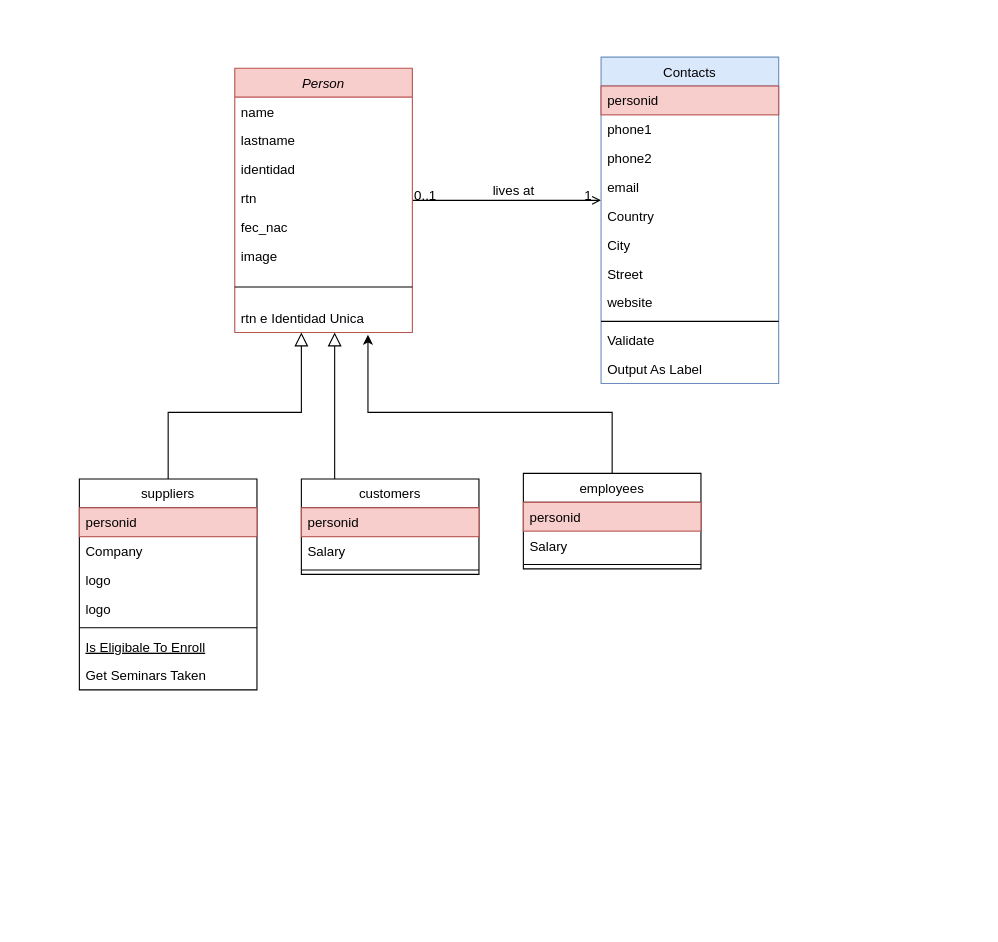
The draw.io diagram config/Untitled Diagram.drawio in ingricardotoro/backendPosweb, before the edit. Source tidied: cells renumbered, new cells numbered last; positions are measured from the earlier drawing's top-left corner, leaving out a move shared by most shapes. Both pictures are drawn from the tidied source at 111%, with x=0, y=0 at pixel (79, 57).
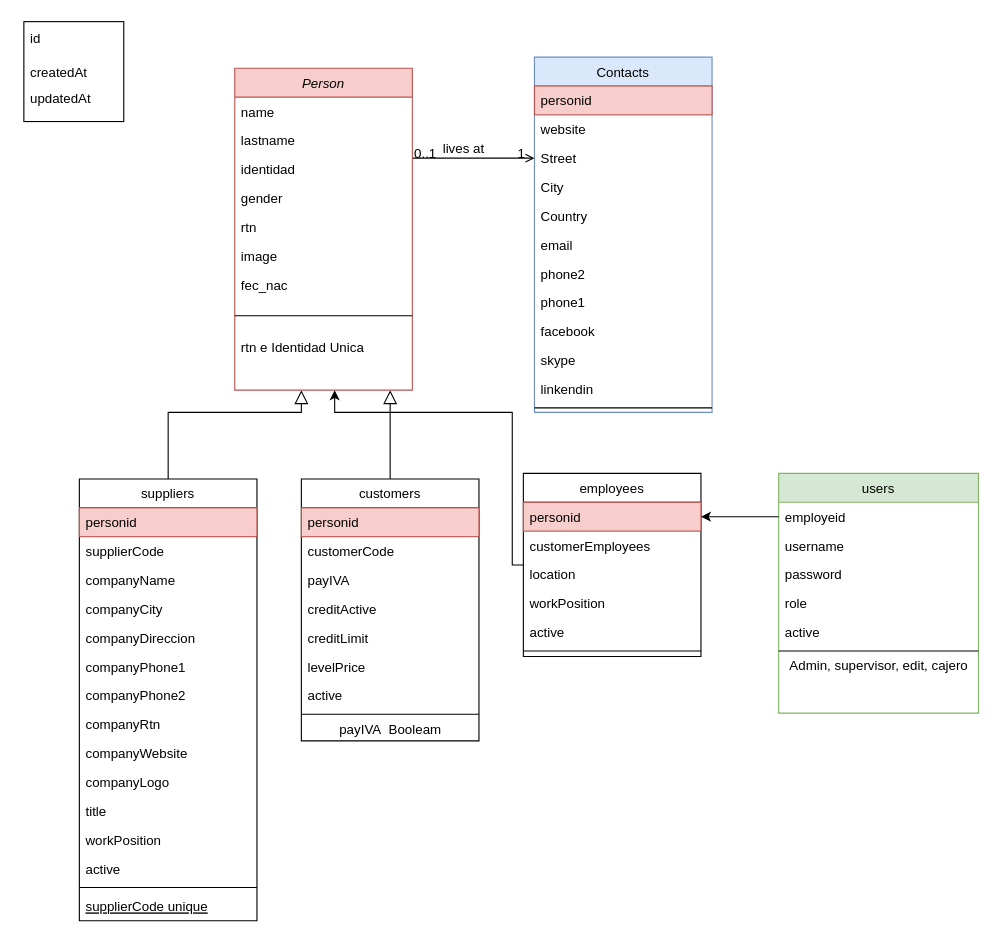
After the change.

Unchanged cells that the change refers to:
```xml
<mxCell id="43" value="personid" style="text;align=left;verticalAlign=top;spacingLeft=4;spacingRight=4;overflow=hidden;points=[[0,0.5],[1,0.5]];portConstraint=eastwest;rounded=0;shadow=0;html=0;fillColor=#f8cecc;strokeColor=#b85450;" parent="42" vertex="1">
  <mxGeometry y="26" width="160" height="26" as="geometry" />
</mxCell>
```

What changed in the source:
```diff
@@
-    <mxCell id="4" style="endArrow=open;shadow=0;strokeWidth=1;rounded=0;endFill=1;edgeStyle=elbowEdgeStyle;elbow=vertical;" parent="1" edge="1" source="20" target="8">
+    <mxCell id="4" style="endArrow=open;shadow=0;strokeWidth=1;rounded=0;endFill=1;edgeStyle=elbowEdgeStyle;elbow=vertical;entryX=0;entryY=0.5;entryDx=0;entryDy=0;" parent="1" edge="1" source="20" target="15">
       <mxGeometry x="0.5" y="41" relative="1" as="geometry">
         <mxPoint x="-40" y="32" as="offset" />
       </mxGeometry>
     </mxCell>
@@
     <mxCell id="8" value="Contacts" style="swimlane;fontStyle=0;align=center;verticalAlign=top;horizontal=1;startSize=26;rounded=0;shadow=0;strokeWidth=1;fillColor=#dae8fc;strokeColor=#6c8ebf;" parent="1" vertex="1">
-      <mxGeometry x="470" width="160" height="294" as="geometry" />
+      <mxGeometry x="410" width="160" height="320" as="geometry" />
     </mxCell>
@@
+    <mxCell id="16" value="website" style="text;align=left;verticalAlign=top;spacingLeft=4;spacingRight=4;overflow=hidden;" parent="8" vertex="1">
+      <mxGeometry y="52" width="160" height="26" as="geometry" />
+    </mxCell>
+    <mxCell id="15" value="Street" style="text;align=left;verticalAlign=top;spacingLeft=4;spacingRight=4;overflow=hidden;points=[[0,0.5],[1,0.5]];portConstraint=eastwest;" parent="8" vertex="1">
+      <mxGeometry y="78" width="160" height="26" as="geometry" />
+    </mxCell>
+    <mxCell id="14" value="City" style="text;align=left;verticalAlign=top;spacingLeft=4;spacingRight=4;overflow=hidden;rounded=0;shadow=0;html=0;" parent="8" vertex="1">
+      <mxGeometry y="104" width="160" height="26" as="geometry" />
+    </mxCell>
+    <mxCell id="13" value="Country" style="text;align=left;verticalAlign=top;spacingLeft=4;spacingRight=4;overflow=hidden;rounded=0;shadow=0;html=0;" parent="8" vertex="1">
+      <mxGeometry y="130" width="160" height="26" as="geometry" />
+    </mxCell>
+    <mxCell id="12" value="email" style="text;align=left;verticalAlign=top;spacingLeft=4;spacingRight=4;overflow=hidden;rounded=0;shadow=0;html=0;" parent="8" vertex="1">
+      <mxGeometry y="156" width="160" height="26" as="geometry" />
+    </mxCell>
+    <mxCell id="11" value="phone2" style="text;align=left;verticalAlign=top;spacingLeft=4;spacingRight=4;overflow=hidden;rounded=0;shadow=0;html=0;" parent="8" vertex="1">
+      <mxGeometry y="182" width="160" height="26" as="geometry" />
+    </mxCell>
+    <mxCell id="46" value="phone1" style="text;align=left;verticalAlign=top;spacingLeft=4;spacingRight=4;overflow=hidden;rounded=0;shadow=0;html=0;" parent="8" vertex="1">
+      <mxGeometry y="208" width="160" height="26" as="geometry" />
+    </mxCell>
-    <mxCell id="10" value="phone1" style="text;align=left;verticalAlign=top;spacingLeft=4;spacingRight=4;overflow=hidden;rounded=0;shadow=0;html=0;" parent="8" vertex="1">
-      <mxGeometry y="52" width="160" height="26" as="geometry" />
+    <mxCell id="10" value="facebook" style="text;align=left;verticalAlign=top;spacingLeft=4;spacingRight=4;overflow=hidden;rounded=0;shadow=0;html=0;" parent="8" vertex="1">
+      <mxGeometry y="234" width="160" height="26" as="geometry" />
     </mxCell>
-    <mxCell id="11" value="phone2" style="text;align=left;verticalAlign=top;spacingLeft=4;spacingRight=4;overflow=hidden;rounded=0;shadow=0;html=0;" parent="8" vertex="1">
-      <mxGeometry y="78" width="160" height="26" as="geometry" />
-    </mxCell>
-    <mxCell id="12" value="email" style="text;align=left;verticalAlign=top;spacingLeft=4;spacingRight=4;overflow=hidden;rounded=0;shadow=0;html=0;" parent="8" vertex="1">
-      <mxGeometry y="104" width="160" height="26" as="geometry" />
-    </mxCell>
-    <mxCell id="13" value="Country" style="text;align=left;verticalAlign=top;spacingLeft=4;spacingRight=4;overflow=hidden;rounded=0;shadow=0;html=0;" parent="8" vertex="1">
-      <mxGeometry y="130" width="160" height="26" as="geometry" />
-    </mxCell>
-    <mxCell id="14" value="City" style="text;align=left;verticalAlign=top;spacingLeft=4;spacingRight=4;overflow=hidden;rounded=0;shadow=0;html=0;" parent="8" vertex="1">
-      <mxGeometry y="156" width="160" height="26" as="geometry" />
-    </mxCell>
-    <mxCell id="15" value="Street" style="text;align=left;verticalAlign=top;spacingLeft=4;spacingRight=4;overflow=hidden;points=[[0,0.5],[1,0.5]];portConstraint=eastwest;" parent="8" vertex="1">
-      <mxGeometry y="182" width="160" height="26" as="geometry" />
-    </mxCell>
-    <mxCell id="16" value="website" style="text;align=left;verticalAlign=top;spacingLeft=4;spacingRight=4;overflow=hidden;" parent="8" vertex="1">
-      <mxGeometry y="208" width="160" height="26" as="geometry" />
-    </mxCell>
+    <mxCell id="47" value="skype" style="text;align=left;verticalAlign=top;spacingLeft=4;spacingRight=4;overflow=hidden;rounded=0;shadow=0;html=0;" parent="8" vertex="1">
+      <mxGeometry y="260" width="160" height="26" as="geometry" />
+    </mxCell>
+    <mxCell id="48" value="linkendin" style="text;align=left;verticalAlign=top;spacingLeft=4;spacingRight=4;overflow=hidden;rounded=0;shadow=0;html=0;" parent="8" vertex="1">
+      <mxGeometry y="286" width="160" height="26" as="geometry" />
+    </mxCell>
     <mxCell id="17" style="line;html=1;strokeWidth=1;align=left;verticalAlign=middle;spacingTop=-1;spacingLeft=3;spacingRight=3;labelPosition=right;" parent="8" vertex="1">
-      <mxGeometry y="234" width="160" height="8" as="geometry" />
+      <mxGeometry y="312" width="160" height="8" as="geometry" />
     </mxCell>
-    <mxCell id="18" value="Validate" style="text;align=left;verticalAlign=top;spacingLeft=4;spacingRight=4;overflow=hidden;" parent="8" vertex="1">
-      <mxGeometry y="242" width="160" height="26" as="geometry" />
-    </mxCell>
-    <mxCell id="19" value="Output As Label" style="text;align=left;verticalAlign=top;spacingLeft=4;spacingRight=4;overflow=hidden;" parent="8" vertex="1">
-      <mxGeometry y="268" width="160" height="26" as="geometry" />
-    </mxCell>
+    <mxCell id="49" value="id" style="text;align=left;verticalAlign=top;spacingLeft=4;spacingRight=4;overflow=hidden;shadow=1;" parent="1" vertex="1">
+      <mxGeometry x="-50" y="-30" width="160" height="26" as="geometry" />
+    </mxCell>
+    <mxCell id="50" value="createdAt" style="text;align=left;verticalAlign=top;spacingLeft=4;spacingRight=4;overflow=hidden;" parent="1" vertex="1">
+      <mxGeometry x="-50" width="160" height="26" as="geometry" />
+    </mxCell>
+    <mxCell id="51" value="updatedAt" style="text;align=left;verticalAlign=top;spacingLeft=4;spacingRight=4;overflow=hidden;" parent="1" vertex="1">
+      <mxGeometry x="-50" y="24" width="160" height="26" as="geometry" />
+    </mxCell>
+    <mxCell id="52" style="whiteSpace=wrap;html=1;fillColor=none;" parent="1" vertex="1">
+      <mxGeometry x="-50" y="-32" width="90" height="90" as="geometry" />
+    </mxCell>
     <mxCell id="20" value="Person" style="swimlane;fontStyle=2;align=center;verticalAlign=top;horizontal=1;startSize=26;rounded=0;shadow=0;strokeWidth=1;fillColor=#f8cecc;strokeColor=#b85450;" parent="1" vertex="1">
-      <mxGeometry x="140" y="10" width="160" height="238" as="geometry" />
+      <mxGeometry x="140" y="10" width="160" height="290" as="geometry" />
     </mxCell>
@@
+    <mxCell id="53" value="gender" style="text;align=left;verticalAlign=top;spacingLeft=4;spacingRight=4;overflow=hidden;rounded=0;shadow=0;html=0;" parent="20" vertex="1">
+      <mxGeometry y="104" width="160" height="26" as="geometry" />
+    </mxCell>
     <mxCell id="24" value="rtn" style="text;align=left;verticalAlign=top;spacingLeft=4;spacingRight=4;overflow=hidden;rounded=0;shadow=0;html=0;" parent="20" vertex="1">
-      <mxGeometry y="104" width="160" height="26" as="geometry" />
+      <mxGeometry y="130" width="160" height="26" as="geometry" />
     </mxCell>
+    <mxCell id="26" value="image" style="text;align=left;verticalAlign=top;spacingLeft=4;spacingRight=4;overflow=hidden;rounded=0;shadow=0;html=0;" parent="20" vertex="1">
+      <mxGeometry y="156" width="160" height="26" as="geometry" />
+    </mxCell>
     <mxCell id="25" value="fec_nac" style="text;align=left;verticalAlign=top;spacingLeft=4;spacingRight=4;overflow=hidden;rounded=0;shadow=0;html=0;" parent="20" vertex="1">
-      <mxGeometry y="130" width="160" height="26" as="geometry" />
+      <mxGeometry y="182" width="160" height="26" as="geometry" />
     </mxCell>
-    <mxCell id="26" value="image" style="text;align=left;verticalAlign=top;spacingLeft=4;spacingRight=4;overflow=hidden;rounded=0;shadow=0;html=0;" parent="20" vertex="1">
-      <mxGeometry y="156" width="160" height="26" as="geometry" />
-    </mxCell>
     <mxCell id="27" style="line;html=1;strokeWidth=1;align=left;verticalAlign=middle;spacingTop=-1;spacingLeft=3;spacingRight=3;labelPosition=right;" parent="20" vertex="1">
-      <mxGeometry y="182" width="160" height="30" as="geometry" />
+      <mxGeometry y="208" width="160" height="30" as="geometry" />
     </mxCell>
     <mxCell id="28" value="rtn e Identidad Unica&#10;" style="text;align=left;verticalAlign=top;spacingLeft=4;spacingRight=4;overflow=hidden;" parent="20" vertex="1">
-      <mxGeometry y="212" width="160" height="26" as="geometry" />
+      <mxGeometry y="238" width="160" height="26" as="geometry" />
     </mxCell>
     <mxCell id="29" value="suppliers" style="swimlane;fontStyle=0;align=center;verticalAlign=top;horizontal=1;startSize=26;rounded=0;shadow=0;strokeWidth=1;" parent="1" vertex="1">
-      <mxGeometry y="380" width="160" height="190" as="geometry" />
+      <mxGeometry y="380" width="160" height="398" as="geometry" />
     </mxCell>
@@
+    <mxCell id="54" value="supplierCode" style="text;align=left;verticalAlign=top;spacingLeft=4;spacingRight=4;overflow=hidden;rounded=0;shadow=0;html=0;" parent="29" vertex="1">
+      <mxGeometry y="52" width="160" height="26" as="geometry" />
+    </mxCell>
-    <mxCell id="31" value="Company" style="text;align=left;verticalAlign=top;spacingLeft=4;spacingRight=4;overflow=hidden;" parent="29" vertex="1">
-      <mxGeometry y="52" width="160" height="26" as="geometry" />
+    <mxCell id="31" value="companyName" style="text;align=left;verticalAlign=top;spacingLeft=4;spacingRight=4;overflow=hidden;" parent="29" vertex="1">
+      <mxGeometry y="78" width="160" height="26" as="geometry" />
     </mxCell>
+    <mxCell id="55" value="companyCity" style="text;align=left;verticalAlign=top;spacingLeft=4;spacingRight=4;overflow=hidden;" parent="29" vertex="1">
+      <mxGeometry y="104" width="160" height="26" as="geometry" />
+    </mxCell>
+    <mxCell id="56" value="companyDireccion" style="text;align=left;verticalAlign=top;spacingLeft=4;spacingRight=4;overflow=hidden;" parent="29" vertex="1">
+      <mxGeometry y="130" width="160" height="26" as="geometry" />
+    </mxCell>
+    <mxCell id="57" value="companyPhone1" style="text;align=left;verticalAlign=top;spacingLeft=4;spacingRight=4;overflow=hidden;" parent="29" vertex="1">
+      <mxGeometry y="156" width="160" height="26" as="geometry" />
+    </mxCell>
+    <mxCell id="58" value="companyPhone2" style="text;align=left;verticalAlign=top;spacingLeft=4;spacingRight=4;overflow=hidden;" parent="29" vertex="1">
+      <mxGeometry y="182" width="160" height="26" as="geometry" />
+    </mxCell>
+    <mxCell id="59" value="companyRtn" style="text;align=left;verticalAlign=top;spacingLeft=4;spacingRight=4;overflow=hidden;" parent="29" vertex="1">
+      <mxGeometry y="208" width="160" height="26" as="geometry" />
+    </mxCell>
+    <mxCell id="60" value="companyWebsite" style="text;align=left;verticalAlign=top;spacingLeft=4;spacingRight=4;overflow=hidden;" parent="29" vertex="1">
+      <mxGeometry y="234" width="160" height="26" as="geometry" />
+    </mxCell>
-    <mxCell id="32" value="logo" style="text;align=left;verticalAlign=top;spacingLeft=4;spacingRight=4;overflow=hidden;rounded=0;shadow=0;html=0;" parent="29" vertex="1">
-      <mxGeometry y="78" width="160" height="26" as="geometry" />
+    <mxCell id="32" value="companyLogo" style="text;align=left;verticalAlign=top;spacingLeft=4;spacingRight=4;overflow=hidden;rounded=0;shadow=0;html=0;" parent="29" vertex="1">
+      <mxGeometry y="260" width="160" height="26" as="geometry" />
     </mxCell>
-    <mxCell id="33" value="logo" style="text;align=left;verticalAlign=top;spacingLeft=4;spacingRight=4;overflow=hidden;rounded=0;shadow=0;html=0;" parent="29" vertex="1">
-      <mxGeometry y="104" width="160" height="26" as="geometry" />
+    <mxCell id="33" value="title" style="text;align=left;verticalAlign=top;spacingLeft=4;spacingRight=4;overflow=hidden;rounded=0;shadow=0;html=0;" parent="29" vertex="1">
+      <mxGeometry y="286" width="160" height="26" as="geometry" />
     </mxCell>
+    <mxCell id="61" value="workPosition" style="text;align=left;verticalAlign=top;spacingLeft=4;spacingRight=4;overflow=hidden;rounded=0;shadow=0;html=0;" parent="29" vertex="1">
+      <mxGeometry y="312" width="160" height="26" as="geometry" />
+    </mxCell>
+    <mxCell id="62" value="active" style="text;align=left;verticalAlign=top;spacingLeft=4;spacingRight=4;overflow=hidden;rounded=0;shadow=0;html=0;" parent="29" vertex="1">
+      <mxGeometry y="338" width="160" height="26" as="geometry" />
+    </mxCell>
     <mxCell id="34" style="line;html=1;strokeWidth=1;align=left;verticalAlign=middle;spacingTop=-1;spacingLeft=3;spacingRight=3;labelPosition=right;" parent="29" vertex="1">
-      <mxGeometry y="130" width="160" height="8" as="geometry" />
+      <mxGeometry y="364" width="160" height="8" as="geometry" />
     </mxCell>
-    <mxCell id="35" value="Is Eligibale To Enroll" style="text;align=left;verticalAlign=top;spacingLeft=4;spacingRight=4;overflow=hidden;fontStyle=4;" parent="29" vertex="1">
-      <mxGeometry y="138" width="160" height="26" as="geometry" />
+    <mxCell id="35" value="supplierCode unique" style="text;align=left;verticalAlign=top;spacingLeft=4;spacingRight=4;overflow=hidden;fontStyle=4;" parent="29" vertex="1">
+      <mxGeometry y="372" width="160" height="26" as="geometry" />
     </mxCell>
-    <mxCell id="36" value="Get Seminars Taken" style="text;align=left;verticalAlign=top;spacingLeft=4;spacingRight=4;overflow=hidden;" parent="29" vertex="1">
-      <mxGeometry y="164" width="160" height="26" as="geometry" />
-    </mxCell>
     <mxCell id="37" value="customers" style="swimlane;fontStyle=0;align=center;verticalAlign=top;horizontal=1;startSize=26;rounded=0;shadow=0;strokeWidth=1;" parent="1" vertex="1">
-      <mxGeometry x="200" y="380" width="160" height="86" as="geometry" />
+      <mxGeometry x="200" y="380" width="160" height="236" as="geometry" />
     </mxCell>
@@
-    <mxCell id="39" value="Salary" style="text;align=left;verticalAlign=top;spacingLeft=4;spacingRight=4;overflow=hidden;" parent="37" vertex="1">
+    <mxCell id="39" value="customerCode" style="text;align=left;verticalAlign=top;spacingLeft=4;spacingRight=4;overflow=hidden;" parent="37" vertex="1">
       <mxGeometry y="52" width="160" height="26" as="geometry" />
     </mxCell>
+    <mxCell id="63" value="payIVA" style="text;align=left;verticalAlign=top;spacingLeft=4;spacingRight=4;overflow=hidden;" parent="37" vertex="1">
+      <mxGeometry y="78" width="160" height="26" as="geometry" />
+    </mxCell>
+    <mxCell id="64" value="creditActive" style="text;align=left;verticalAlign=top;spacingLeft=4;spacingRight=4;overflow=hidden;" parent="37" vertex="1">
+      <mxGeometry y="104" width="160" height="26" as="geometry" />
+    </mxCell>
+    <mxCell id="65" value="creditLimit" style="text;align=left;verticalAlign=top;spacingLeft=4;spacingRight=4;overflow=hidden;" parent="37" vertex="1">
+      <mxGeometry y="130" width="160" height="26" as="geometry" />
+    </mxCell>
+    <mxCell id="66" value="levelPrice" style="text;align=left;verticalAlign=top;spacingLeft=4;spacingRight=4;overflow=hidden;" parent="37" vertex="1">
+      <mxGeometry y="156" width="160" height="26" as="geometry" />
+    </mxCell>
+    <mxCell id="67" value="active" style="text;align=left;verticalAlign=top;spacingLeft=4;spacingRight=4;overflow=hidden;rounded=0;shadow=0;html=0;" parent="37" vertex="1">
+      <mxGeometry y="182" width="160" height="26" as="geometry" />
+    </mxCell>
     <mxCell id="40" style="line;html=1;strokeWidth=1;align=left;verticalAlign=middle;spacingTop=-1;spacingLeft=3;spacingRight=3;labelPosition=right;" parent="37" vertex="1">
-      <mxGeometry y="78" width="160" height="8" as="geometry" />
+      <mxGeometry y="208" width="160" height="8" as="geometry" />
     </mxCell>
-    <mxCell id="41" style="edgeStyle=orthogonalEdgeStyle;rounded=0;jettySize=auto;html=1;" parent="1" edge="1" source="42">
-      <mxGeometry relative="1" as="geometry">
-        <mxPoint x="260" y="250" as="targetPoint" />
-        <Array as="points">
-          <mxPoint x="480" y="320" />
-          <mxPoint x="260" y="320" />
-        </Array>
-      </mxGeometry>
-    </mxCell>
+    <mxCell id="68" value="payIVA&amp;nbsp; Booleam" style="text;html=1;align=center;verticalAlign=middle;" parent="37" vertex="1">
+      <mxGeometry y="216" width="160" height="20" as="geometry" />
+    </mxCell>
     <mxCell id="42" value="employees" style="swimlane;fontStyle=0;align=center;verticalAlign=top;horizontal=1;startSize=26;rounded=0;shadow=0;strokeWidth=1;" parent="1" vertex="1">
-      <mxGeometry x="400" y="375" width="160" height="86" as="geometry" />
+      <mxGeometry x="400" y="375" width="160" height="165" as="geometry" />
     </mxCell>
@@
-    <mxCell id="44" value="Salary" style="text;align=left;verticalAlign=top;spacingLeft=4;spacingRight=4;overflow=hidden;" parent="42" vertex="1">
-      <mxGeometry y="52" width="160" height="26" as="geometry" />
-    </mxCell>
+    <mxCell id="69" value="customerEmployees" style="text;align=left;verticalAlign=top;spacingLeft=4;spacingRight=4;overflow=hidden;" parent="42" vertex="1">
+      <mxGeometry y="52" width="160" height="26" as="geometry" />
+    </mxCell>
+    <mxCell id="70" value="location" style="text;align=left;verticalAlign=top;spacingLeft=4;spacingRight=4;overflow=hidden;" parent="42" vertex="1">
+      <mxGeometry y="78" width="160" height="26" as="geometry" />
+    </mxCell>
+    <mxCell id="71" value="workPosition" style="text;align=left;verticalAlign=top;spacingLeft=4;spacingRight=4;overflow=hidden;rounded=0;shadow=0;html=0;" parent="42" vertex="1">
+      <mxGeometry y="104" width="160" height="26" as="geometry" />
+    </mxCell>
+    <mxCell id="72" value="active" style="text;align=left;verticalAlign=top;spacingLeft=4;spacingRight=4;overflow=hidden;" parent="42" vertex="1">
+      <mxGeometry y="130" width="160" height="26" as="geometry" />
+    </mxCell>
     <mxCell id="45" style="line;html=1;strokeWidth=1;align=left;verticalAlign=middle;spacingTop=-1;spacingLeft=3;spacingRight=3;labelPosition=right;" parent="42" vertex="1">
-      <mxGeometry y="78" width="160" height="8" as="geometry" />
+      <mxGeometry y="156" width="160" height="8" as="geometry" />
     </mxCell>
+    <mxCell id="73" style="edgeStyle=orthogonalEdgeStyle;rounded=0;jettySize=auto;html=1;" parent="1" edge="1" source="42">
+      <mxGeometry relative="1" as="geometry">
+        <mxPoint x="230" y="300" as="targetPoint" />
+        <Array as="points">
+          <mxPoint x="390" y="458" />
+          <mxPoint x="390" y="320" />
+          <mxPoint x="230" y="320" />
+        </Array>
+      </mxGeometry>
+    </mxCell>
+    <mxCell id="74" value="users" style="swimlane;fontStyle=0;align=center;verticalAlign=top;horizontal=1;startSize=26;rounded=0;shadow=0;strokeWidth=1;fillColor=#d5e8d4;strokeColor=#82b366;" parent="1" vertex="1">
+      <mxGeometry x="630" y="375" width="180" height="216" as="geometry" />
+    </mxCell>
+    <mxCell id="75" value="employeid" style="text;align=left;verticalAlign=top;spacingLeft=4;spacingRight=4;overflow=hidden;points=[[0,0.5],[1,0.5]];portConstraint=eastwest;rounded=0;shadow=0;html=0;" parent="74" vertex="1">
+      <mxGeometry y="26" width="180" height="26" as="geometry" />
+    </mxCell>
+    <mxCell id="76" value="username" style="text;align=left;verticalAlign=top;spacingLeft=4;spacingRight=4;overflow=hidden;" parent="74" vertex="1">
+      <mxGeometry y="52" width="180" height="26" as="geometry" />
+    </mxCell>
+    <mxCell id="77" value="password" style="text;align=left;verticalAlign=top;spacingLeft=4;spacingRight=4;overflow=hidden;" parent="74" vertex="1">
+      <mxGeometry y="78" width="180" height="26" as="geometry" />
+    </mxCell>
+    <mxCell id="78" value="role" style="text;align=left;verticalAlign=top;spacingLeft=4;spacingRight=4;overflow=hidden;" parent="74" vertex="1">
+      <mxGeometry y="104" width="180" height="26" as="geometry" />
+    </mxCell>
+    <mxCell id="79" value="active" style="text;align=left;verticalAlign=top;spacingLeft=4;spacingRight=4;overflow=hidden;" parent="74" vertex="1">
+      <mxGeometry y="130" width="180" height="26" as="geometry" />
+    </mxCell>
+    <mxCell id="80" style="line;html=1;strokeWidth=1;align=left;verticalAlign=middle;spacingTop=-1;spacingLeft=3;spacingRight=3;labelPosition=right;" parent="74" vertex="1">
+      <mxGeometry y="156" width="180" height="8" as="geometry" />
+    </mxCell>
+    <mxCell id="81" value="Admin, supervisor, edit, cajero" style="text;html=1;align=center;verticalAlign=middle;" parent="74" vertex="1">
+      <mxGeometry y="164" width="180" height="20" as="geometry" />
+    </mxCell>
+    <mxCell id="82" style="edgeStyle=orthogonalEdgeStyle;rounded=0;jettySize=auto;html=1;entryX=1;entryY=0.5;entryDx=0;entryDy=0;" parent="1" edge="1" source="75" target="43">
+      <mxGeometry relative="1" as="geometry" />
+    </mxCell>
```
